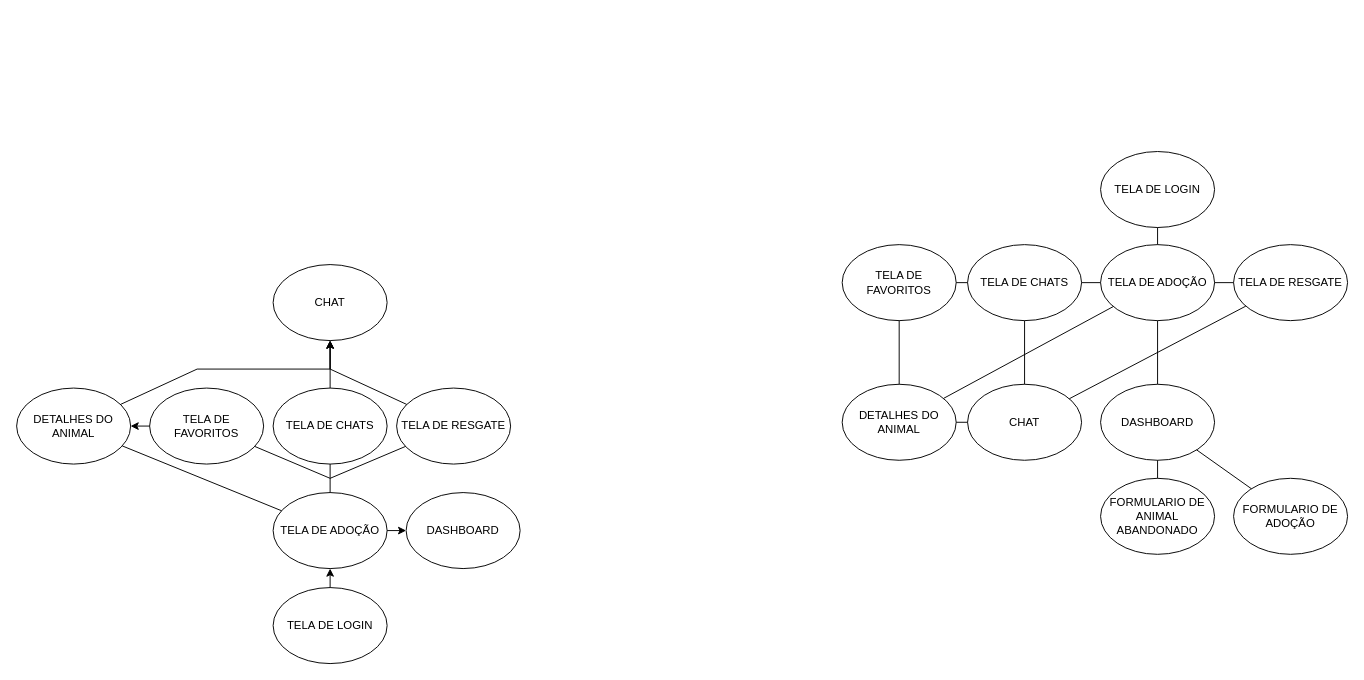
Earlier version of the draw.io diagram Fluxograma de telas.drawio (JoaoGans/DRAW.tcc). Source tidied: cells renumbered, new cells numbered last; positions are measured from the earlier drawing's top-left corner, leaving out a move shared by most shapes. Both pictures are drawn from the tidied source at 95%, with x=0, y=0 at pixel (16, 151).
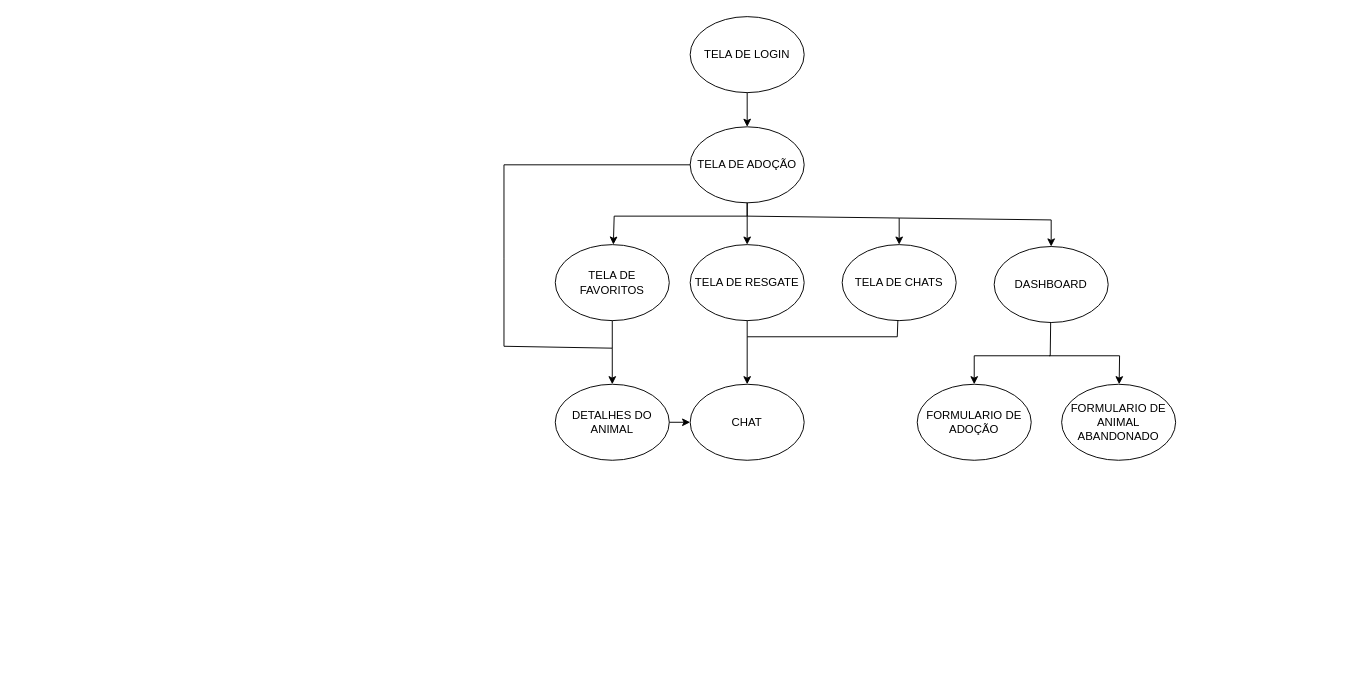
After the change.

What changed in the source:
```diff
@@
-    <mxCell id="2" value="TELA DE LOGIN" style="ellipse;whiteSpace=wrap;html=1;" parent="1" vertex="1">
-      <mxGeometry x="270" y="459" width="120" height="80" as="geometry" />
-    </mxCell>
-    <mxCell id="3" value="TELA DE ADOÇÃO" style="ellipse;whiteSpace=wrap;html=1;" parent="1" vertex="1">
-      <mxGeometry x="270" y="359" width="120" height="80" as="geometry" />
-    </mxCell>
-    <mxCell id="4" value="TELA DE RESGATE" style="ellipse;whiteSpace=wrap;html=1;" parent="1" vertex="1">
-      <mxGeometry x="400" y="249" width="120" height="80" as="geometry" />
-    </mxCell>
-    <mxCell id="5" value="TELA DE FAVORITOS" style="ellipse;whiteSpace=wrap;html=1;" parent="1" vertex="1">
-      <mxGeometry x="140" y="249" width="120" height="80" as="geometry" />
-    </mxCell>
-    <mxCell id="6" value="TELA DE CHATS" style="ellipse;whiteSpace=wrap;html=1;" parent="1" vertex="1">
-      <mxGeometry x="270" y="249" width="120" height="80" as="geometry" />
-    </mxCell>
-    <mxCell id="7" value="DASHBOARD" style="ellipse;whiteSpace=wrap;html=1;" parent="1" vertex="1">
-      <mxGeometry x="410" y="359" width="120" height="80" as="geometry" />
-    </mxCell>
-    <mxCell id="8" style="endArrow=classic;html=1;rounded=0;" parent="1" edge="1" source="3" target="7">
-      <mxGeometry relative="1" as="geometry" />
-    </mxCell>
-    <mxCell id="9" style="endArrow=classic;html=1;rounded=0;" parent="1" edge="1" source="2" target="3">
-      <mxGeometry relative="1" as="geometry" />
-    </mxCell>
-    <mxCell id="10" value="CHAT" style="ellipse;whiteSpace=wrap;html=1;" parent="1" vertex="1">
-      <mxGeometry x="270" y="119" width="120" height="80" as="geometry" />
-    </mxCell>
-    <mxCell id="11" style="endArrow=classic;html=1;rounded=0;" parent="1" edge="1" source="6" target="10">
-      <mxGeometry relative="1" as="geometry" />
-    </mxCell>
-    <mxCell id="12" value="DETALHES DO ANIMAL" style="ellipse;whiteSpace=wrap;html=1;" parent="1" vertex="1">
-      <mxGeometry y="249" width="120" height="80" as="geometry" />
-    </mxCell>
-    <mxCell id="13" style="endArrow=classic;html=1;rounded=0;" parent="1" edge="1" source="12" target="10">
-      <mxGeometry relative="1" as="geometry">
-        <Array as="points">
-          <mxPoint x="190" y="229" />
-          <mxPoint x="330" y="229" />
-        </Array>
-      </mxGeometry>
-    </mxCell>
-    <mxCell id="14" style="endArrow=classic;html=1;rounded=0;" parent="1" edge="1" source="5" target="12">
-      <mxGeometry relative="1" as="geometry" />
-    </mxCell>
-    <mxCell id="15" style="endArrow=classic;html=1;rounded=0;" parent="1" edge="1" source="4" target="10">
-      <mxGeometry relative="1" as="geometry">
-        <Array as="points">
-          <mxPoint x="330" y="229" />
-        </Array>
-      </mxGeometry>
-    </mxCell>
     <mxCell id="16" value="FORMULARIO DE ADOÇÃO" style="ellipse;whiteSpace=wrap;html=1;" parent="1" vertex="1">
-      <mxGeometry x="1281" y="344" width="120" height="80" as="geometry" />
+      <mxGeometry x="948" y="245" width="120" height="80" as="geometry" />
     </mxCell>
     <mxCell id="17" value="FORMULARIO DE ANIMAL ABANDONADO" style="ellipse;whiteSpace=wrap;html=1;" parent="1" vertex="1">
-      <mxGeometry x="1141" y="344" width="120" height="80" as="geometry" />
+      <mxGeometry x="1100" y="245" width="120" height="80" as="geometry" />
     </mxCell>
-    <mxCell id="18" style="endArrow=none;html=1;rounded=0;" parent="1" edge="1" source="3" target="6">
-      <mxGeometry relative="1" as="geometry" />
-    </mxCell>
-    <mxCell id="19" style="endArrow=none;html=1;rounded=0;" parent="1" edge="1" source="5">
-      <mxGeometry relative="1" as="geometry">
-        <mxPoint x="330" y="344" as="targetPoint" />
-      </mxGeometry>
-    </mxCell>
-    <mxCell id="20" style="endArrow=none;html=1;rounded=0;" parent="1" edge="1" target="4">
-      <mxGeometry relative="1" as="geometry">
-        <mxPoint x="330" y="344" as="sourcePoint" />
-      </mxGeometry>
-    </mxCell>
-    <mxCell id="21" style="endArrow=none;html=1;rounded=0;" parent="1" edge="1" source="3" target="12">
-      <mxGeometry relative="1" as="geometry" />
-    </mxCell>
     <mxCell id="22" value="TELA DE LOGIN" style="ellipse;whiteSpace=wrap;html=1;" parent="1" vertex="1">
-      <mxGeometry x="1141" width="120" height="80" as="geometry" />
+      <mxGeometry x="709" y="-142" width="120" height="80" as="geometry" />
     </mxCell>
     <mxCell id="23" value="TELA DE ADOÇÃO" style="ellipse;whiteSpace=wrap;html=1;" parent="1" vertex="1">
-      <mxGeometry x="1141" y="98" width="120" height="80" as="geometry" />
+      <mxGeometry x="709" y="-26" width="120" height="80" as="geometry" />
     </mxCell>
     <mxCell id="24" value="TELA DE CHATS" style="ellipse;whiteSpace=wrap;html=1;" parent="1" vertex="1">
-      <mxGeometry x="1001" y="98" width="120" height="80" as="geometry" />
+      <mxGeometry x="869" y="98" width="120" height="80" as="geometry" />
     </mxCell>
     <mxCell id="25" value="TELA DE RESGATE" style="ellipse;whiteSpace=wrap;html=1;" parent="1" vertex="1">
-      <mxGeometry x="1281" y="98" width="120" height="80" as="geometry" />
+      <mxGeometry x="709" y="98" width="120" height="80" as="geometry" />
     </mxCell>
     <mxCell id="26" value="TELA DE FAVORITOS" style="ellipse;whiteSpace=wrap;html=1;" parent="1" vertex="1">
-      <mxGeometry x="869" y="98" width="120" height="80" as="geometry" />
+      <mxGeometry x="567" y="98" width="120" height="80" as="geometry" />
     </mxCell>
+    <mxCell id="31" value="DETALHES DO ANIMAL" style="ellipse;whiteSpace=wrap;html=1;" parent="1" vertex="1">
+      <mxGeometry x="567" y="245" width="120" height="80" as="geometry" />
+    </mxCell>
+    <mxCell id="33" value="CHAT" style="ellipse;whiteSpace=wrap;html=1;" parent="1" vertex="1">
+      <mxGeometry x="709" y="245" width="120" height="80" as="geometry" />
+    </mxCell>
+    <mxCell id="38" value="DASHBOARD" style="ellipse;whiteSpace=wrap;html=1;" parent="1" vertex="1">
+      <mxGeometry x="1029" y="100" width="120" height="80" as="geometry" />
+    </mxCell>
-    <mxCell id="27" style="endArrow=none;html=1;rounded=0;" parent="1" edge="1" source="22" target="23">
+    <mxCell id="27" style="endArrow=classic;html=1;rounded=0;" parent="1" edge="1" source="22" target="23">
       <mxGeometry relative="1" as="geometry" />
     </mxCell>
+    <mxCell id="42" style="endArrow=classic;html=1;rounded=0;" parent="1" edge="1" source="24" target="33">
+      <mxGeometry relative="1" as="geometry">
+        <Array as="points">
+          <mxPoint x="927" y="195" />
+          <mxPoint x="769" y="195" />
+        </Array>
+      </mxGeometry>
+    </mxCell>
+    <mxCell id="35" style="endArrow=classic;html=1;rounded=0;" parent="1" edge="1" source="31" target="33">
+      <mxGeometry relative="1" as="geometry" />
+    </mxCell>
+    <mxCell id="43" style="endArrow=classic;html=1;rounded=0;" parent="1" edge="1" source="38" target="16">
+      <mxGeometry relative="1" as="geometry">
+        <Array as="points">
+          <mxPoint x="1088" y="215" />
+          <mxPoint x="1008" y="215" />
+        </Array>
+      </mxGeometry>
+    </mxCell>
+    <mxCell id="44" style="endArrow=classic;html=1;rounded=0;" parent="1" edge="1" target="17">
+      <mxGeometry relative="1" as="geometry">
+        <mxPoint x="1087" y="215" as="sourcePoint" />
+        <Array as="points">
+          <mxPoint x="1161" y="215" />
+        </Array>
+      </mxGeometry>
+    </mxCell>
+    <mxCell id="45" style="endArrow=classic;html=1;rounded=0;" parent="1" edge="1" source="23" target="26">
+      <mxGeometry relative="1" as="geometry">
+        <Array as="points">
+          <mxPoint x="769" y="68" />
+          <mxPoint x="629" y="68" />
+        </Array>
+      </mxGeometry>
+    </mxCell>
+    <mxCell id="46" style="endArrow=classic;html=1;rounded=0;entryX=0.5;entryY=0;entryDx=0;entryDy=0;" parent="1" edge="1" target="25">
+      <mxGeometry relative="1" as="geometry">
+        <mxPoint x="769" y="68" as="sourcePoint" />
+      </mxGeometry>
+    </mxCell>
-    <mxCell id="28" style="endArrow=none;html=1;rounded=0;" parent="1" edge="1" source="23" target="24">
-      <mxGeometry relative="1" as="geometry" />
+    <mxCell id="28" style="endArrow=classic;html=1;rounded=0;entryX=0.5;entryY=0;entryDx=0;entryDy=0;" parent="1" edge="1" source="23" target="24">
+      <mxGeometry relative="1" as="geometry">
+        <Array as="points">
+          <mxPoint x="769" y="68" />
+          <mxPoint x="929" y="70" />
+        </Array>
+      </mxGeometry>
     </mxCell>
-    <mxCell id="29" style="endArrow=none;html=1;rounded=0;" parent="1" edge="1" source="26" target="24">
-      <mxGeometry relative="1" as="geometry" />
-    </mxCell>
-    <mxCell id="30" style="endArrow=none;html=1;rounded=0;" parent="1" edge="1" source="25" target="23">
-      <mxGeometry relative="1" as="geometry" />
-    </mxCell>
-    <mxCell id="31" value="DETALHES DO ANIMAL" style="ellipse;whiteSpace=wrap;html=1;" parent="1" vertex="1">
-      <mxGeometry x="869" y="245" width="120" height="80" as="geometry" />
-    </mxCell>
-    <mxCell id="32" style="endArrow=none;html=1;rounded=0;" parent="1" edge="1" source="31" target="26">
-      <mxGeometry relative="1" as="geometry" />
-    </mxCell>
-    <mxCell id="33" value="CHAT" style="ellipse;whiteSpace=wrap;html=1;" parent="1" vertex="1">
-      <mxGeometry x="1001" y="245" width="120" height="80" as="geometry" />
-    </mxCell>
-    <mxCell id="34" style="endArrow=none;html=1;rounded=0;" parent="1" edge="1" source="31" target="23">
-      <mxGeometry relative="1" as="geometry" />
-    </mxCell>
-    <mxCell id="35" style="endArrow=none;html=1;rounded=0;" parent="1" edge="1" source="31" target="33">
-      <mxGeometry relative="1" as="geometry" />
-    </mxCell>
-    <mxCell id="36" style="endArrow=none;html=1;rounded=0;" parent="1" edge="1" source="33" target="24">
-      <mxGeometry relative="1" as="geometry" />
-    </mxCell>
-    <mxCell id="37" style="endArrow=none;html=1;rounded=0;" parent="1" edge="1" source="33" target="25">
-      <mxGeometry relative="1" as="geometry" />
-    </mxCell>
-    <mxCell id="38" value="DASHBOARD" style="ellipse;whiteSpace=wrap;html=1;" parent="1" vertex="1">
-      <mxGeometry x="1141" y="245" width="120" height="80" as="geometry" />
-    </mxCell>
-    <mxCell id="39" style="endArrow=none;html=1;rounded=0;" parent="1" edge="1" source="38" target="23">
-      <mxGeometry relative="1" as="geometry" />
-    </mxCell>
-    <mxCell id="40" style="endArrow=none;html=1;rounded=0;" parent="1" edge="1" source="16" target="38">
-      <mxGeometry relative="1" as="geometry" />
-    </mxCell>
-    <mxCell id="41" style="endArrow=none;html=1;rounded=0;" parent="1" edge="1" source="38" target="17">
-      <mxGeometry relative="1" as="geometry" />
-    </mxCell>
+    <mxCell id="47" style="endArrow=classic;html=1;rounded=0;entryX=0.5;entryY=0;entryDx=0;entryDy=0;" parent="1" edge="1" target="38">
+      <mxGeometry relative="1" as="geometry">
+        <mxPoint x="929" y="70" as="sourcePoint" />
+        <Array as="points">
+          <mxPoint x="1089" y="72" />
+        </Array>
+      </mxGeometry>
+    </mxCell>
+    <mxCell id="48" style="endArrow=none;html=1;rounded=0;" parent="1" edge="1" source="25">
+      <mxGeometry relative="1" as="geometry">
+        <mxPoint x="769" y="195" as="targetPoint" />
+      </mxGeometry>
+    </mxCell>
+    <mxCell id="49" style="endArrow=classic;html=1;rounded=0;" parent="1" edge="1" source="23" target="31">
+      <mxGeometry relative="1" as="geometry">
+        <Array as="points">
+          <mxPoint x="513" y="14" />
+          <mxPoint x="513" y="113" />
+          <mxPoint x="513" y="205" />
+          <mxPoint x="627" y="207" />
+        </Array>
+      </mxGeometry>
+    </mxCell>
+    <mxCell id="50" style="endArrow=none;html=1;rounded=0;" parent="1" edge="1" source="26">
+      <mxGeometry relative="1" as="geometry">
+        <mxPoint x="627" y="207" as="targetPoint" />
+      </mxGeometry>
+    </mxCell>
```
